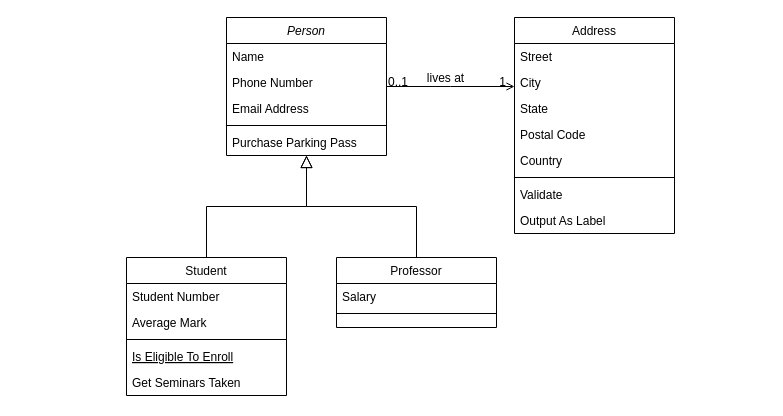
Above: home_task_18.drawio in savenko139/testAQApython- (draw.io), before the change. Source tidied: cells renumbered, new cells numbered last; positions are measured from the earlier drawing's top-left corner, leaving out a move shared by most shapes. Both pictures are drawn from the tidied source at 100%, with x=0, y=0 at pixel (126, 17).
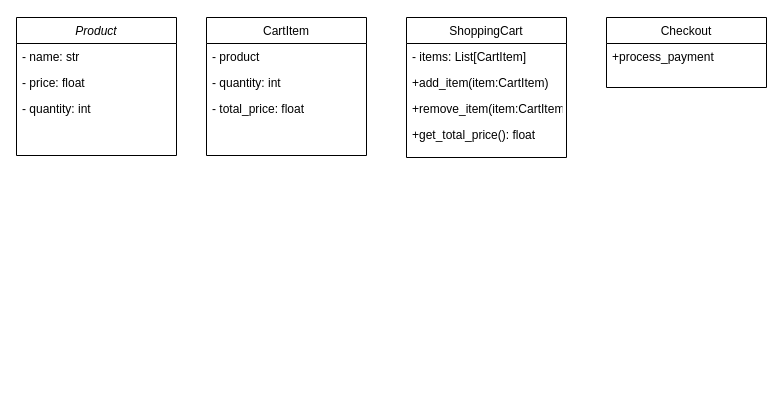
The same page after the edit.

Change to the diagram source:
```diff
@@
-    <mxCell id="2" value="Person" style="swimlane;fontStyle=2;align=center;verticalAlign=top;horizontal=1;startSize=26;rounded=0;shadow=0;strokeWidth=1;" parent="1" vertex="1">
-      <mxGeometry x="100" width="160" height="138" as="geometry" />
+    <mxCell id="2" value="Product&#10;" style="swimlane;fontStyle=2;align=center;verticalAlign=top;horizontal=1;startSize=26;rounded=0;shadow=0;strokeWidth=1;" parent="1" vertex="1">
+      <mxGeometry x="-110" width="160" height="138" as="geometry" />
     </mxCell>
-    <mxCell id="3" value="Name" style="text;align=left;verticalAlign=top;spacingLeft=4;spacingRight=4;overflow=hidden;" parent="2" vertex="1">
+    <mxCell id="3" value="- name: str" style="text;align=left;verticalAlign=top;spacingLeft=4;spacingRight=4;overflow=hidden;" parent="2" vertex="1">
       <mxGeometry y="26" width="160" height="26" as="geometry" />
     </mxCell>
-    <mxCell id="4" value="Phone Number" style="text;align=left;verticalAlign=top;spacingLeft=4;spacingRight=4;overflow=hidden;rounded=0;shadow=0;html=0;" parent="2" vertex="1">
+    <mxCell id="4" value="- price: float" style="text;align=left;verticalAlign=top;spacingLeft=4;spacingRight=4;overflow=hidden;rounded=0;shadow=0;html=0;" parent="2" vertex="1">
       <mxGeometry y="52" width="160" height="26" as="geometry" />
     </mxCell>
-    <mxCell id="5" value="Email Address" style="text;align=left;verticalAlign=top;spacingLeft=4;spacingRight=4;overflow=hidden;rounded=0;shadow=0;html=0;" parent="2" vertex="1">
+    <mxCell id="5" value="- quantity: int" style="text;align=left;verticalAlign=top;spacingLeft=4;spacingRight=4;overflow=hidden;rounded=0;shadow=0;html=0;" parent="2" vertex="1">
       <mxGeometry y="78" width="160" height="26" as="geometry" />
     </mxCell>
-    <mxCell id="6" style="line;html=1;strokeWidth=1;align=left;verticalAlign=middle;spacingTop=-1;spacingLeft=3;spacingRight=3;labelPosition=right;" parent="2" vertex="1">
-      <mxGeometry y="104" width="160" height="8" as="geometry" />
-    </mxCell>
-    <mxCell id="7" value="Purchase Parking Pass" style="text;align=left;verticalAlign=top;spacingLeft=4;spacingRight=4;overflow=hidden;" parent="2" vertex="1">
-      <mxGeometry y="112" width="160" height="26" as="geometry" />
-    </mxCell>
-    <mxCell id="8" value="Student" style="swimlane;fontStyle=0;align=center;verticalAlign=top;horizontal=1;startSize=26;rounded=0;shadow=0;strokeWidth=1;" parent="1" vertex="1">
-      <mxGeometry y="240" width="160" height="138" as="geometry" />
+    <mxCell id="8" value="CartItem" style="swimlane;fontStyle=0;align=center;verticalAlign=top;horizontal=1;startSize=26;rounded=0;shadow=0;strokeWidth=1;" parent="1" vertex="1">
+      <mxGeometry x="80" width="160" height="138" as="geometry" />
     </mxCell>
-    <mxCell id="9" value="Student Number" style="text;align=left;verticalAlign=top;spacingLeft=4;spacingRight=4;overflow=hidden;" parent="8" vertex="1">
+    <mxCell id="9" value="- product" style="text;align=left;verticalAlign=top;spacingLeft=4;spacingRight=4;overflow=hidden;" parent="8" vertex="1">
       <mxGeometry y="26" width="160" height="26" as="geometry" />
     </mxCell>
-    <mxCell id="10" value="Average Mark" style="text;align=left;verticalAlign=top;spacingLeft=4;spacingRight=4;overflow=hidden;rounded=0;shadow=0;html=0;" parent="8" vertex="1">
+    <mxCell id="10" value="- quantity: int" style="text;align=left;verticalAlign=top;spacingLeft=4;spacingRight=4;overflow=hidden;rounded=0;shadow=0;html=0;" parent="8" vertex="1">
       <mxGeometry y="52" width="160" height="26" as="geometry" />
     </mxCell>
-    <mxCell id="11" style="line;html=1;strokeWidth=1;align=left;verticalAlign=middle;spacingTop=-1;spacingLeft=3;spacingRight=3;labelPosition=right;" parent="8" vertex="1">
-      <mxGeometry y="78" width="160" height="8" as="geometry" />
-    </mxCell>
-    <mxCell id="12" value="Is Eligible To Enroll" style="text;align=left;verticalAlign=top;spacingLeft=4;spacingRight=4;overflow=hidden;fontStyle=4;" parent="8" vertex="1">
-      <mxGeometry y="86" width="160" height="26" as="geometry" />
-    </mxCell>
-    <mxCell id="13" value="Get Seminars Taken" style="text;align=left;verticalAlign=top;spacingLeft=4;spacingRight=4;overflow=hidden;" parent="8" vertex="1">
-      <mxGeometry y="112" width="160" height="26" as="geometry" />
-    </mxCell>
-    <mxCell id="14" style="endArrow=block;endSize=10;endFill=0;shadow=0;strokeWidth=1;rounded=0;edgeStyle=elbowEdgeStyle;elbow=vertical;" parent="1" edge="1" source="8" target="2">
-      <mxGeometry relative="1" as="geometry" />
-    </mxCell>
+    <mxCell id="32" value="- total_price: float" style="text;align=left;verticalAlign=top;spacingLeft=4;spacingRight=4;overflow=hidden;rounded=0;shadow=0;html=0;" parent="8" vertex="1">
+      <mxGeometry y="78" width="160" height="26" as="geometry" />
+    </mxCell>
-    <mxCell id="15" value="Professor" style="swimlane;fontStyle=0;align=center;verticalAlign=top;horizontal=1;startSize=26;rounded=0;shadow=0;strokeWidth=1;" parent="1" vertex="1">
-      <mxGeometry x="210" y="240" width="160" height="70" as="geometry" />
+    <mxCell id="15" value="Checkout" style="swimlane;fontStyle=0;align=center;verticalAlign=top;horizontal=1;startSize=26;rounded=0;shadow=0;strokeWidth=1;" parent="1" vertex="1">
+      <mxGeometry x="480" width="160" height="70" as="geometry" />
     </mxCell>
-    <mxCell id="16" value="Salary" style="text;align=left;verticalAlign=top;spacingLeft=4;spacingRight=4;overflow=hidden;" parent="15" vertex="1">
+    <mxCell id="16" value="+process_payment" style="text;align=left;verticalAlign=top;spacingLeft=4;spacingRight=4;overflow=hidden;" parent="15" vertex="1">
       <mxGeometry y="26" width="160" height="26" as="geometry" />
     </mxCell>
-    <mxCell id="17" style="line;html=1;strokeWidth=1;align=left;verticalAlign=middle;spacingTop=-1;spacingLeft=3;spacingRight=3;labelPosition=right;" parent="15" vertex="1">
-      <mxGeometry y="52" width="160" height="8" as="geometry" />
-    </mxCell>
-    <mxCell id="18" style="endArrow=block;endSize=10;endFill=0;shadow=0;strokeWidth=1;rounded=0;edgeStyle=elbowEdgeStyle;elbow=vertical;" parent="1" edge="1" source="15" target="2">
-      <mxGeometry relative="1" as="geometry" />
-    </mxCell>
-    <mxCell id="19" value="Address" style="swimlane;fontStyle=0;align=center;verticalAlign=top;horizontal=1;startSize=26;rounded=0;shadow=0;strokeWidth=1;" parent="1" vertex="1">
-      <mxGeometry x="388" width="160" height="216" as="geometry" />
+    <mxCell id="19" value="ShoppingCart" style="swimlane;fontStyle=0;align=center;verticalAlign=top;horizontal=1;startSize=26;rounded=0;shadow=0;strokeWidth=1;" parent="1" vertex="1">
+      <mxGeometry x="280" width="160" height="140" as="geometry" />
     </mxCell>
-    <mxCell id="20" value="Street" style="text;align=left;verticalAlign=top;spacingLeft=4;spacingRight=4;overflow=hidden;" parent="19" vertex="1">
+    <mxCell id="20" value="- items: List[CartItem]" style="text;align=left;verticalAlign=top;spacingLeft=4;spacingRight=4;overflow=hidden;" parent="19" vertex="1">
       <mxGeometry y="26" width="160" height="26" as="geometry" />
     </mxCell>
-    <mxCell id="21" value="City" style="text;align=left;verticalAlign=top;spacingLeft=4;spacingRight=4;overflow=hidden;rounded=0;shadow=0;html=0;" parent="19" vertex="1">
+    <mxCell id="21" value="+add_item(item:CartItem)" style="text;align=left;verticalAlign=top;spacingLeft=4;spacingRight=4;overflow=hidden;rounded=0;shadow=0;html=0;" parent="19" vertex="1">
       <mxGeometry y="52" width="160" height="26" as="geometry" />
     </mxCell>
-    <mxCell id="22" value="State" style="text;align=left;verticalAlign=top;spacingLeft=4;spacingRight=4;overflow=hidden;rounded=0;shadow=0;html=0;" parent="19" vertex="1">
+    <mxCell id="22" value="+remove_item(item:CartItem)" style="text;align=left;verticalAlign=top;spacingLeft=4;spacingRight=4;overflow=hidden;rounded=0;shadow=0;html=0;" parent="19" vertex="1">
       <mxGeometry y="78" width="160" height="26" as="geometry" />
     </mxCell>
-    <mxCell id="23" value="Postal Code" style="text;align=left;verticalAlign=top;spacingLeft=4;spacingRight=4;overflow=hidden;rounded=0;shadow=0;html=0;" parent="19" vertex="1">
+    <mxCell id="23" value="+get_total_price(): float" style="text;align=left;verticalAlign=top;spacingLeft=4;spacingRight=4;overflow=hidden;rounded=0;shadow=0;html=0;" parent="19" vertex="1">
       <mxGeometry y="104" width="160" height="26" as="geometry" />
     </mxCell>
-    <mxCell id="24" value="Country" style="text;align=left;verticalAlign=top;spacingLeft=4;spacingRight=4;overflow=hidden;rounded=0;shadow=0;html=0;" parent="19" vertex="1">
-      <mxGeometry y="130" width="160" height="26" as="geometry" />
-    </mxCell>
-    <mxCell id="25" style="line;html=1;strokeWidth=1;align=left;verticalAlign=middle;spacingTop=-1;spacingLeft=3;spacingRight=3;labelPosition=right;" parent="19" vertex="1">
-      <mxGeometry y="156" width="160" height="8" as="geometry" />
-    </mxCell>
-    <mxCell id="26" value="Validate" style="text;align=left;verticalAlign=top;spacingLeft=4;spacingRight=4;overflow=hidden;" parent="19" vertex="1">
-      <mxGeometry y="164" width="160" height="26" as="geometry" />
-    </mxCell>
-    <mxCell id="27" value="Output As Label" style="text;align=left;verticalAlign=top;spacingLeft=4;spacingRight=4;overflow=hidden;" parent="19" vertex="1">
-      <mxGeometry y="190" width="160" height="26" as="geometry" />
-    </mxCell>
-    <mxCell id="28" style="endArrow=open;shadow=0;strokeWidth=1;rounded=0;endFill=1;edgeStyle=elbowEdgeStyle;elbow=vertical;" parent="1" edge="1" source="2" target="19">
-      <mxGeometry x="0.5" y="41" relative="1" as="geometry">
-        <mxPoint x="-40" y="32" as="offset" />
-      </mxGeometry>
-    </mxCell>
-    <mxCell id="29" value="0..1" style="align=left;verticalAlign=bottom;labelBackgroundColor=none;fontSize=12;" parent="28" vertex="1">
-      <mxGeometry x="-1" relative="1" as="geometry">
-        <mxPoint y="4" as="offset" />
-      </mxGeometry>
-    </mxCell>
-    <mxCell id="30" value="1" style="align=right;verticalAlign=bottom;labelBackgroundColor=none;fontSize=12;" parent="28" vertex="1">
-      <mxGeometry x="1" relative="1" as="geometry">
-        <mxPoint x="-7" y="4" as="offset" />
-      </mxGeometry>
-    </mxCell>
-    <mxCell id="31" value="lives at" style="text;html=1;align=center;verticalAlign=middle;labelBackgroundColor=none;rounded=0;shadow=0;strokeWidth=1;fontSize=12;" parent="28" vertex="1">
-      <mxGeometry x="0.5" y="49" relative="1" as="geometry">
-        <mxPoint x="-38" y="40" as="offset" />
-      </mxGeometry>
-    </mxCell>
```
